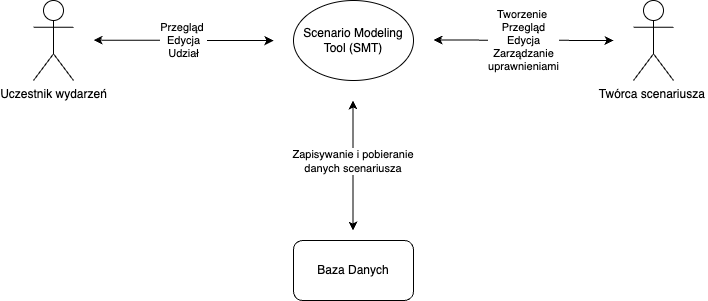
This is documentation/thesis/resources/local/diagram-kontekstu.png from sm-tool/sm-tool, a draw.io export, as it was before one commit. Source tidied: cells renumbered, new cells last; positions are measured from the earlier drawing's top-left corner, leaving out a move shared by most shapes. Source of this version:
```xml
<mxGraphModel>
  <root>
    <mxCell id="0" />
    <mxCell id="1" parent="0" />
    <mxCell id="2" value="Scenario Modeling Tool (SMT)" style="ellipse;whiteSpace=wrap;html=1;" parent="1" vertex="1">
      <mxGeometry x="260" width="120" height="80" as="geometry" />
    </mxCell>
    <mxCell id="3" value="Baza Danych" style="rounded=1;whiteSpace=wrap;html=1;" parent="1" vertex="1">
      <mxGeometry x="260" y="240" width="120" height="60" as="geometry" />
    </mxCell>
    <mxCell id="4" style="endArrow=classic;startArrow=classic;html=1;rounded=0;" parent="1" edge="1">
      <mxGeometry relative="1" as="geometry">
        <mxPoint x="319.5" y="230" as="sourcePoint" />
        <mxPoint x="319.5" y="100" as="targetPoint" />
        <Array as="points">
          <mxPoint x="319.5" y="180" />
        </Array>
      </mxGeometry>
    </mxCell>
    <mxCell id="5" value="Zapisywanie i pobieranie&amp;nbsp;&lt;div&gt;danych scenariusza&amp;nbsp;&lt;/div&gt;" style="edgeLabel;html=1;align=center;verticalAlign=middle;" parent="4" vertex="1">
      <mxGeometry x="0.08" y="-4" relative="1" as="geometry">
        <mxPoint x="-3" as="offset" />
      </mxGeometry>
    </mxCell>
    <mxCell id="6" value="Twórca scenariusza&amp;nbsp;" style="shape=umlActor;verticalLabelPosition=bottom;verticalAlign=top;html=1;" parent="1" vertex="1">
      <mxGeometry x="600" width="40" height="80" as="geometry" />
    </mxCell>
    <mxCell id="7" value="Uczestnik&amp;nbsp;&lt;span style=&quot;background-color: initial;&quot;&gt;wydarzeń&lt;/span&gt;" style="shape=umlActor;verticalLabelPosition=bottom;verticalAlign=top;html=1;" parent="1" vertex="1">
      <mxGeometry width="40" height="80" as="geometry" />
    </mxCell>
    <mxCell id="8" value="Tworzenie&amp;nbsp;&lt;div&gt;Przegląd&lt;/div&gt;&lt;div&gt;Edycja&lt;/div&gt;&lt;div&gt;Zarządzanie&lt;/div&gt;&lt;div&gt;uprawnieniami&lt;/div&gt;" style="endArrow=classic;startArrow=classic;html=1;rounded=0;" parent="1" edge="1">
      <mxGeometry relative="1" as="geometry">
        <mxPoint x="400" y="39.5" as="sourcePoint" />
        <mxPoint x="580" y="40" as="targetPoint" />
      </mxGeometry>
    </mxCell>
    <mxCell id="9" value="Przegląd&amp;nbsp;&lt;div&gt;Edycja&lt;/div&gt;&lt;div&gt;Udział&lt;/div&gt;" style="endArrow=classic;startArrow=classic;html=1;rounded=0;" parent="1" edge="1">
      <mxGeometry relative="1" as="geometry">
        <mxPoint x="60" y="39.6" as="sourcePoint" />
        <mxPoint x="240" y="40.1" as="targetPoint" />
      </mxGeometry>
    </mxCell>
  </root>
</mxGraphModel>
```
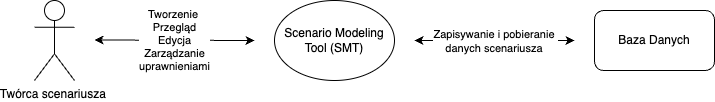
After the commit.

The edit, as a diff of the source:
```diff
@@ -3,42 +3,30 @@
     <mxCell id="0" />
     <mxCell id="1" parent="0" />
     <mxCell id="2" value="Scenario Modeling Tool (SMT)" style="ellipse;whiteSpace=wrap;html=1;" parent="1" vertex="1">
-      <mxGeometry x="260" width="120" height="80" as="geometry" />
+      <mxGeometry x="240" width="120" height="80" as="geometry" />
     </mxCell>
     <mxCell id="3" value="Baza Danych" style="rounded=1;whiteSpace=wrap;html=1;" parent="1" vertex="1">
-      <mxGeometry x="260" y="240" width="120" height="60" as="geometry" />
+      <mxGeometry x="560" y="10" width="120" height="60" as="geometry" />
     </mxCell>
     <mxCell id="4" style="endArrow=classic;startArrow=classic;html=1;rounded=0;" parent="1" edge="1">
       <mxGeometry relative="1" as="geometry">
-        <mxPoint x="319.5" y="230" as="sourcePoint" />
-        <mxPoint x="319.5" y="100" as="targetPoint" />
-        <Array as="points">
-          <mxPoint x="319.5" y="180" />
-        </Array>
+        <mxPoint x="380" y="40" as="sourcePoint" />
+        <mxPoint x="540" y="40" as="targetPoint" />
       </mxGeometry>
     </mxCell>
     <mxCell id="5" value="Zapisywanie i pobieranie&amp;nbsp;&lt;div&gt;danych scenariusza&amp;nbsp;&lt;/div&gt;" style="edgeLabel;html=1;align=center;verticalAlign=middle;" parent="4" vertex="1">
       <mxGeometry x="0.08" y="-4" relative="1" as="geometry">
-        <mxPoint x="-3" as="offset" />
+        <mxPoint x="-6" y="-4" as="offset" />
       </mxGeometry>
     </mxCell>
     <mxCell id="6" value="Twórca scenariusza&amp;nbsp;" style="shape=umlActor;verticalLabelPosition=bottom;verticalAlign=top;html=1;" parent="1" vertex="1">
-      <mxGeometry x="600" width="40" height="80" as="geometry" />
+      <mxGeometry width="40" height="80" as="geometry" />
     </mxCell>
-    <mxCell id="7" value="Uczestnik&amp;nbsp;&lt;span style=&quot;background-color: initial;&quot;&gt;wydarzeń&lt;/span&gt;" style="shape=umlActor;verticalLabelPosition=bottom;verticalAlign=top;html=1;" parent="1" vertex="1">
-      <mxGeometry width="40" height="80" as="geometry" />
-    </mxCell>
     <mxCell id="8" value="Tworzenie&amp;nbsp;&lt;div&gt;Przegląd&lt;/div&gt;&lt;div&gt;Edycja&lt;/div&gt;&lt;div&gt;Zarządzanie&lt;/div&gt;&lt;div&gt;uprawnieniami&lt;/div&gt;" style="endArrow=classic;startArrow=classic;html=1;rounded=0;" parent="1" edge="1">
       <mxGeometry relative="1" as="geometry">
-        <mxPoint x="400" y="39.5" as="sourcePoint" />
-        <mxPoint x="580" y="40" as="targetPoint" />
+        <mxPoint x="60" y="39.5" as="sourcePoint" />
+        <mxPoint x="220" y="40" as="targetPoint" />
       </mxGeometry>
     </mxCell>
-    <mxCell id="9" value="Przegląd&amp;nbsp;&lt;div&gt;Edycja&lt;/div&gt;&lt;div&gt;Udział&lt;/div&gt;" style="endArrow=classic;startArrow=classic;html=1;rounded=0;" parent="1" edge="1">
-      <mxGeometry relative="1" as="geometry">
-        <mxPoint x="60" y="39.6" as="sourcePoint" />
-        <mxPoint x="240" y="40.1" as="targetPoint" />
-      </mxGeometry>
-    </mxCell>
   </root>
 </mxGraphModel>
```
